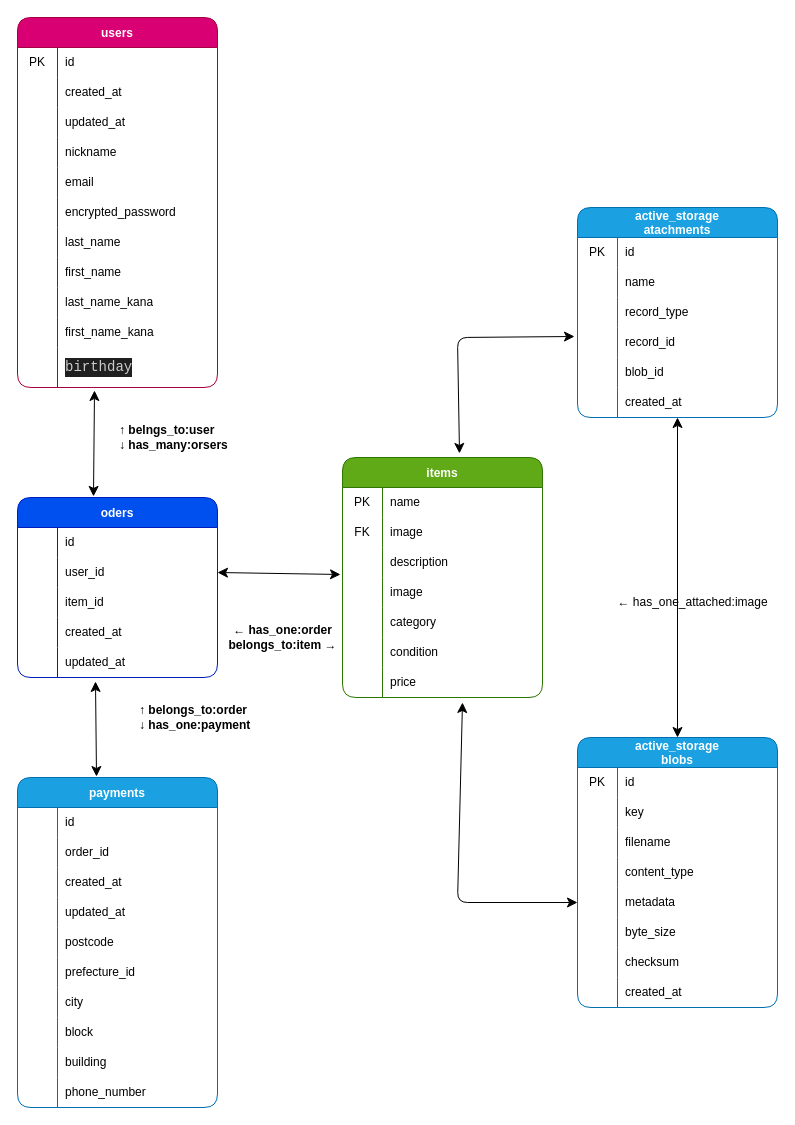
Above: ER.dio in potarohblog/furima-39152 (draw.io), before the change. Source tidied: cells renumbered, new cells numbered last; positions are measured from the earlier drawing's top-left corner, leaving out a move shared by most shapes. Both pictures are drawn from the tidied source at 100%, with x=0, y=0 at pixel (17, 17).
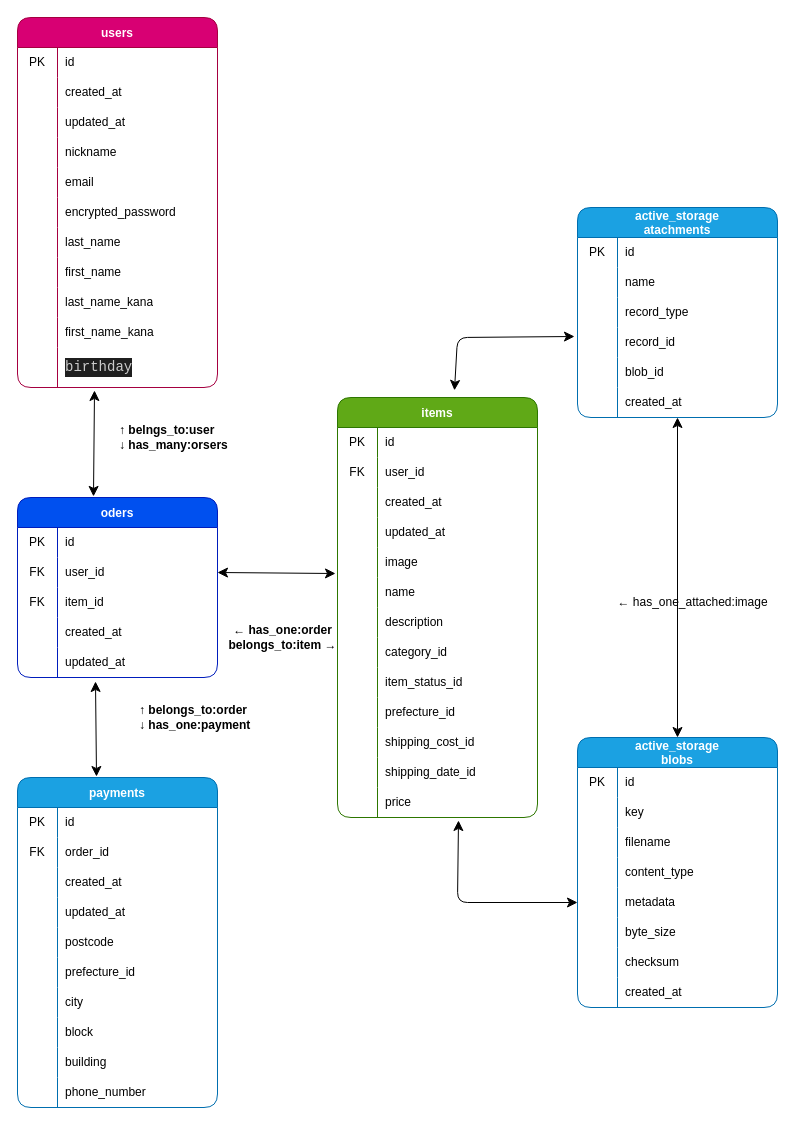
The same diagram, later.

The change refers to these unchanged cells:
```xml
<mxCell id="3" style="shape=tableRow;horizontal=0;startSize=0;swimlaneHead=0;swimlaneBody=0;top=0;left=0;bottom=0;right=0;fillColor=none;" parent="2" vertex="1">
  <mxGeometry y="30" width="200" height="30" as="geometry" />
</mxCell>
<mxCell id="6" style="shape=tableRow;horizontal=0;startSize=0;swimlaneHead=0;swimlaneBody=0;top=0;left=0;bottom=0;right=0;fillColor=none;" parent="2" vertex="1">
  <mxGeometry y="60" width="200" height="30" as="geometry" />
</mxCell>
<mxCell id="59" style="shape=tableRow;horizontal=0;startSize=0;swimlaneHead=0;swimlaneBody=0;top=0;left=0;bottom=0;right=0;fillColor=none;" parent="58" vertex="1">
  <mxGeometry y="30" width="200" height="30" as="geometry" />
</mxCell>
<mxCell id="62" style="shape=tableRow;horizontal=0;startSize=0;swimlaneHead=0;swimlaneBody=0;top=0;left=0;bottom=0;right=0;fillColor=none;points=[[0,0.5],[1,0.5]];portConstraint=eastwest;" parent="58" vertex="1">
  <mxGeometry y="60" width="200" height="30" as="geometry" />
</mxCell>
<mxCell id="65" style="shape=tableRow;horizontal=0;startSize=0;swimlaneHead=0;swimlaneBody=0;top=0;left=0;bottom=0;right=0;fillColor=none;" parent="58" vertex="1">
  <mxGeometry y="90" width="200" height="30" as="geometry" />
</mxCell>
<mxCell id="75" style="shape=tableRow;horizontal=0;startSize=0;swimlaneHead=0;swimlaneBody=0;top=0;left=0;bottom=0;right=0;fillColor=none;" parent="74" vertex="1">
  <mxGeometry y="30" width="200" height="30" as="geometry" />
</mxCell>
<mxCell id="78" style="shape=tableRow;horizontal=0;startSize=0;swimlaneHead=0;swimlaneBody=0;top=0;left=0;bottom=0;right=0;fillColor=none;" parent="74" vertex="1">
  <mxGeometry y="60" width="200" height="30" as="geometry" />
</mxCell>
<mxCell id="141" style="shape=tableRow;horizontal=0;startSize=0;swimlaneHead=0;swimlaneBody=0;top=0;left=0;bottom=0;right=0;fillColor=none;points=[[0,0.5],[1,0.5]];portConstraint=eastwest;" parent="128" vertex="1">
  <mxGeometry y="150" width="200" height="30" as="geometry" />
</mxCell>
```

What changed in the source:
```diff
@@
     <mxCell id="2" value="items" style="shape=table;startSize=30;childLayout=tableLayout;rowLines=0;fontStyle=1;fillColor=#60a917;fontColor=#ffffff;strokeColor=#2D7600;rounded=1;" parent="1" vertex="1">
-      <mxGeometry x="325" y="440" width="200" height="240" as="geometry" />
+      <mxGeometry x="320" y="380" width="200" height="420" as="geometry" />
     </mxCell>
@@
-    <mxCell id="5" value="name" style="shape=partialRectangle;html=1;whiteSpace=wrap;fillColor=none;top=0;left=0;bottom=0;right=0;align=left;spacingLeft=6;overflow=hidden;" parent="3" vertex="1">
+    <mxCell id="5" value="id" style="shape=partialRectangle;html=1;whiteSpace=wrap;fillColor=none;top=0;left=0;bottom=0;right=0;align=left;spacingLeft=6;overflow=hidden;" parent="3" vertex="1">
       <mxGeometry x="40" width="160" height="30" as="geometry" />
     </mxCell>
@@
-    <mxCell id="8" value="image" style="shape=partialRectangle;html=1;whiteSpace=wrap;fillColor=none;top=0;left=0;bottom=0;right=0;align=left;spacingLeft=6;overflow=hidden;" parent="6" vertex="1">
+    <mxCell id="8" value="user_id" style="shape=partialRectangle;html=1;whiteSpace=wrap;fillColor=none;top=0;left=0;bottom=0;right=0;align=left;spacingLeft=6;overflow=hidden;" parent="6" vertex="1">
       <mxGeometry x="40" width="160" height="30" as="geometry" />
     </mxCell>
+    <mxCell id="12" style="shape=tableRow;horizontal=0;startSize=0;swimlaneHead=0;swimlaneBody=0;top=0;left=0;bottom=0;right=0;fillColor=none;points=[[0,0.5],[1,0.5]];portConstraint=eastwest;" parent="2" vertex="1">
+      <mxGeometry y="90" width="200" height="30" as="geometry" />
+    </mxCell>
+    <mxCell id="13" style="shape=partialRectangle;html=1;whiteSpace=wrap;fillColor=none;top=0;left=0;bottom=0;right=0;overflow=hidden;" parent="12" vertex="1">
+      <mxGeometry width="40" height="30" as="geometry" />
+    </mxCell>
+    <mxCell id="14" value="created_at" style="shape=partialRectangle;html=1;whiteSpace=wrap;fillColor=none;top=0;left=0;bottom=0;right=0;align=left;spacingLeft=6;overflow=hidden;" parent="12" vertex="1">
+      <mxGeometry x="40" width="160" height="30" as="geometry" />
+    </mxCell>
+    <mxCell id="18" style="shape=tableRow;horizontal=0;startSize=0;swimlaneHead=0;swimlaneBody=0;top=0;left=0;bottom=0;right=0;fillColor=none;" parent="2" vertex="1">
+      <mxGeometry y="120" width="200" height="30" as="geometry" />
+    </mxCell>
+    <mxCell id="19" style="shape=partialRectangle;html=1;whiteSpace=wrap;fillColor=none;top=0;left=0;bottom=0;right=0;overflow=hidden;" parent="18" vertex="1">
+      <mxGeometry width="40" height="30" as="geometry" />
+    </mxCell>
+    <mxCell id="20" value="updated_at" style="shape=partialRectangle;html=1;whiteSpace=wrap;fillColor=none;top=0;left=0;bottom=0;right=0;align=left;spacingLeft=6;overflow=hidden;" parent="18" vertex="1">
+      <mxGeometry x="40" width="160" height="30" as="geometry" />
+    </mxCell>
+    <mxCell id="159" style="shape=tableRow;horizontal=0;startSize=0;swimlaneHead=0;swimlaneBody=0;top=0;left=0;bottom=0;right=0;fillColor=none;" parent="2" vertex="1">
+      <mxGeometry y="150" width="200" height="30" as="geometry" />
+    </mxCell>
+    <mxCell id="160" style="shape=partialRectangle;html=1;whiteSpace=wrap;fillColor=none;top=0;left=0;bottom=0;right=0;overflow=hidden;" parent="159" vertex="1">
+      <mxGeometry width="40" height="30" as="geometry" />
+    </mxCell>
+    <mxCell id="161" value="image" style="shape=partialRectangle;html=1;whiteSpace=wrap;fillColor=none;top=0;left=0;bottom=0;right=0;align=left;spacingLeft=6;overflow=hidden;" parent="159" vertex="1">
+      <mxGeometry x="40" width="160" height="30" as="geometry" />
+    </mxCell>
+    <mxCell id="162" style="shape=tableRow;horizontal=0;startSize=0;swimlaneHead=0;swimlaneBody=0;top=0;left=0;bottom=0;right=0;fillColor=none;points=[[0,0.5],[1,0.5]];portConstraint=eastwest;" parent="2" vertex="1">
+      <mxGeometry y="180" width="200" height="30" as="geometry" />
+    </mxCell>
+    <mxCell id="163" style="shape=partialRectangle;html=1;whiteSpace=wrap;fillColor=none;top=0;left=0;bottom=0;right=0;overflow=hidden;" parent="162" vertex="1">
+      <mxGeometry width="40" height="30" as="geometry" />
+    </mxCell>
+    <mxCell id="164" value="name" style="shape=partialRectangle;html=1;whiteSpace=wrap;fillColor=none;top=0;left=0;bottom=0;right=0;align=left;spacingLeft=6;overflow=hidden;" parent="162" vertex="1">
+      <mxGeometry x="40" width="160" height="30" as="geometry" />
+    </mxCell>
     <mxCell id="9" style="shape=tableRow;horizontal=0;startSize=0;swimlaneHead=0;swimlaneBody=0;top=0;left=0;bottom=0;right=0;fillColor=none;" parent="2" vertex="1">
-      <mxGeometry y="90" width="200" height="30" as="geometry" />
+      <mxGeometry y="210" width="200" height="30" as="geometry" />
     </mxCell>
@@
-    <mxCell id="12" style="shape=tableRow;horizontal=0;startSize=0;swimlaneHead=0;swimlaneBody=0;top=0;left=0;bottom=0;right=0;fillColor=none;points=[[0,0.5],[1,0.5]];portConstraint=eastwest;" parent="2" vertex="1">
-      <mxGeometry y="120" width="200" height="30" as="geometry" />
-    </mxCell>
-    <mxCell id="13" style="shape=partialRectangle;html=1;whiteSpace=wrap;fillColor=none;top=0;left=0;bottom=0;right=0;overflow=hidden;" parent="12" vertex="1">
-      <mxGeometry width="40" height="30" as="geometry" />
-    </mxCell>
-    <mxCell id="14" value="image" style="shape=partialRectangle;html=1;whiteSpace=wrap;fillColor=none;top=0;left=0;bottom=0;right=0;align=left;spacingLeft=6;overflow=hidden;" parent="12" vertex="1">
-      <mxGeometry x="40" width="160" height="30" as="geometry" />
-    </mxCell>
     <mxCell id="15" style="shape=tableRow;horizontal=0;startSize=0;swimlaneHead=0;swimlaneBody=0;top=0;left=0;bottom=0;right=0;fillColor=none;" parent="2" vertex="1">
-      <mxGeometry y="150" width="200" height="30" as="geometry" />
+      <mxGeometry y="240" width="200" height="30" as="geometry" />
     </mxCell>
@@
-    <mxCell id="17" value="category" style="shape=partialRectangle;html=1;whiteSpace=wrap;fillColor=none;top=0;left=0;bottom=0;right=0;align=left;spacingLeft=6;overflow=hidden;" parent="15" vertex="1">
+    <mxCell id="17" value="category_id" style="shape=partialRectangle;html=1;whiteSpace=wrap;fillColor=none;top=0;left=0;bottom=0;right=0;align=left;spacingLeft=6;overflow=hidden;" parent="15" vertex="1">
       <mxGeometry x="40" width="160" height="30" as="geometry" />
     </mxCell>
-    <mxCell id="18" style="shape=tableRow;horizontal=0;startSize=0;swimlaneHead=0;swimlaneBody=0;top=0;left=0;bottom=0;right=0;fillColor=none;" parent="2" vertex="1">
-      <mxGeometry y="180" width="200" height="30" as="geometry" />
-    </mxCell>
-    <mxCell id="19" style="shape=partialRectangle;html=1;whiteSpace=wrap;fillColor=none;top=0;left=0;bottom=0;right=0;overflow=hidden;" parent="18" vertex="1">
-      <mxGeometry width="40" height="30" as="geometry" />
-    </mxCell>
-    <mxCell id="20" value="condition" style="shape=partialRectangle;html=1;whiteSpace=wrap;fillColor=none;top=0;left=0;bottom=0;right=0;align=left;spacingLeft=6;overflow=hidden;" parent="18" vertex="1">
-      <mxGeometry x="40" width="160" height="30" as="geometry" />
-    </mxCell>
     <mxCell id="21" style="shape=tableRow;horizontal=0;startSize=0;swimlaneHead=0;swimlaneBody=0;top=0;left=0;bottom=0;right=0;fillColor=none;points=[[0,0.5],[1,0.5]];portConstraint=eastwest;" parent="2" vertex="1">
-      <mxGeometry y="210" width="200" height="30" as="geometry" />
+      <mxGeometry y="270" width="200" height="30" as="geometry" />
     </mxCell>
@@
-    <mxCell id="23" value="price" style="shape=partialRectangle;html=1;whiteSpace=wrap;fillColor=none;top=0;left=0;bottom=0;right=0;align=left;spacingLeft=6;overflow=hidden;" parent="21" vertex="1">
+    <mxCell id="23" value="item_status_id" style="shape=partialRectangle;html=1;whiteSpace=wrap;fillColor=none;top=0;left=0;bottom=0;right=0;align=left;spacingLeft=6;overflow=hidden;" parent="21" vertex="1">
       <mxGeometry x="40" width="160" height="30" as="geometry" />
     </mxCell>
+    <mxCell id="165" style="shape=tableRow;horizontal=0;startSize=0;swimlaneHead=0;swimlaneBody=0;top=0;left=0;bottom=0;right=0;fillColor=none;" parent="2" vertex="1">
+      <mxGeometry y="300" width="200" height="30" as="geometry" />
+    </mxCell>
+    <mxCell id="166" style="shape=partialRectangle;html=1;whiteSpace=wrap;fillColor=none;top=0;left=0;bottom=0;right=0;overflow=hidden;" parent="165" vertex="1">
+      <mxGeometry width="40" height="30" as="geometry" />
+    </mxCell>
+    <mxCell id="167" value="prefecture_id" style="shape=partialRectangle;html=1;whiteSpace=wrap;fillColor=none;top=0;left=0;bottom=0;right=0;align=left;spacingLeft=6;overflow=hidden;" parent="165" vertex="1">
+      <mxGeometry x="40" width="160" height="30" as="geometry" />
+    </mxCell>
+    <mxCell id="168" style="shape=tableRow;horizontal=0;startSize=0;swimlaneHead=0;swimlaneBody=0;top=0;left=0;bottom=0;right=0;fillColor=none;" parent="2" vertex="1">
+      <mxGeometry y="330" width="200" height="30" as="geometry" />
+    </mxCell>
+    <mxCell id="169" style="shape=partialRectangle;html=1;whiteSpace=wrap;fillColor=none;top=0;left=0;bottom=0;right=0;overflow=hidden;" parent="168" vertex="1">
+      <mxGeometry width="40" height="30" as="geometry" />
+    </mxCell>
+    <mxCell id="170" value="shipping_cost_id" style="shape=partialRectangle;html=1;whiteSpace=wrap;fillColor=none;top=0;left=0;bottom=0;right=0;align=left;spacingLeft=6;overflow=hidden;" parent="168" vertex="1">
+      <mxGeometry x="40" width="160" height="30" as="geometry" />
+    </mxCell>
+    <mxCell id="171" style="shape=tableRow;horizontal=0;startSize=0;swimlaneHead=0;swimlaneBody=0;top=0;left=0;bottom=0;right=0;fillColor=none;" parent="2" vertex="1">
+      <mxGeometry y="360" width="200" height="30" as="geometry" />
+    </mxCell>
+    <mxCell id="172" style="shape=partialRectangle;html=1;whiteSpace=wrap;fillColor=none;top=0;left=0;bottom=0;right=0;overflow=hidden;" parent="171" vertex="1">
+      <mxGeometry width="40" height="30" as="geometry" />
+    </mxCell>
+    <mxCell id="173" value="shipping_date_id" style="shape=partialRectangle;html=1;whiteSpace=wrap;fillColor=none;top=0;left=0;bottom=0;right=0;align=left;spacingLeft=6;overflow=hidden;" parent="171" vertex="1">
+      <mxGeometry x="40" width="160" height="30" as="geometry" />
+    </mxCell>
+    <mxCell id="174" style="shape=tableRow;horizontal=0;startSize=0;swimlaneHead=0;swimlaneBody=0;top=0;left=0;bottom=0;right=0;fillColor=none;points=[[0,0.5],[1,0.5]];portConstraint=eastwest;" parent="2" vertex="1">
+      <mxGeometry y="390" width="200" height="30" as="geometry" />
+    </mxCell>
+    <mxCell id="175" style="shape=partialRectangle;html=1;whiteSpace=wrap;fillColor=none;top=0;left=0;bottom=0;right=0;overflow=hidden;" parent="174" vertex="1">
+      <mxGeometry width="40" height="30" as="geometry" />
+    </mxCell>
+    <mxCell id="176" value="price" style="shape=partialRectangle;html=1;whiteSpace=wrap;fillColor=none;top=0;left=0;bottom=0;right=0;align=left;spacingLeft=6;overflow=hidden;" parent="174" vertex="1">
+      <mxGeometry x="40" width="160" height="30" as="geometry" />
+    </mxCell>
@@
-    <mxCell id="60" style="shape=partialRectangle;html=1;whiteSpace=wrap;fillColor=none;top=0;left=0;bottom=0;right=0;overflow=hidden;" parent="59" vertex="1">
+    <mxCell id="60" value="PK" style="shape=partialRectangle;html=1;whiteSpace=wrap;fillColor=none;top=0;left=0;bottom=0;right=0;overflow=hidden;" parent="59" vertex="1">
       <mxGeometry width="40" height="30" as="geometry" />
     </mxCell>
@@
-    <mxCell id="63" style="shape=partialRectangle;html=1;whiteSpace=wrap;fillColor=none;top=0;left=0;bottom=0;right=0;overflow=hidden;" parent="62" vertex="1">
+    <mxCell id="63" value="FK" style="shape=partialRectangle;html=1;whiteSpace=wrap;fillColor=none;top=0;left=0;bottom=0;right=0;overflow=hidden;" parent="62" vertex="1">
       <mxGeometry width="40" height="30" as="geometry" />
     </mxCell>
@@
-    <mxCell id="66" style="shape=partialRectangle;html=1;whiteSpace=wrap;fillColor=none;top=0;left=0;bottom=0;right=0;overflow=hidden;" parent="65" vertex="1">
+    <mxCell id="66" value="FK" style="shape=partialRectangle;html=1;whiteSpace=wrap;fillColor=none;top=0;left=0;bottom=0;right=0;overflow=hidden;" parent="65" vertex="1">
       <mxGeometry width="40" height="30" as="geometry" />
     </mxCell>
@@
-    <mxCell id="76" style="shape=partialRectangle;html=1;whiteSpace=wrap;fillColor=none;top=0;left=0;bottom=0;right=0;overflow=hidden;" parent="75" vertex="1">
+    <mxCell id="76" value="PK" style="shape=partialRectangle;html=1;whiteSpace=wrap;fillColor=none;top=0;left=0;bottom=0;right=0;overflow=hidden;" parent="75" vertex="1">
       <mxGeometry width="40" height="30" as="geometry" />
     </mxCell>
@@
-    <mxCell id="79" style="shape=partialRectangle;html=1;whiteSpace=wrap;fillColor=none;top=0;left=0;bottom=0;right=0;overflow=hidden;" parent="78" vertex="1">
+    <mxCell id="79" value="FK" style="shape=partialRectangle;html=1;whiteSpace=wrap;fillColor=none;top=0;left=0;bottom=0;right=0;overflow=hidden;" parent="78" vertex="1">
       <mxGeometry width="40" height="30" as="geometry" />
     </mxCell>
@@
-    <mxCell id="153" style="edgeStyle=none;jettySize=auto;html=1;endArrow=classic;startArrow=classic;endSize=8;startSize=8;entryX=-0.01;entryY=-0.1;entryDx=0;entryDy=0;entryPerimeter=0;exitX=1;exitY=0.5;exitDx=0;exitDy=0;" parent="1" edge="1" source="62" target="12">
+    <mxCell id="153" style="edgeStyle=none;jettySize=auto;html=1;endArrow=classic;startArrow=classic;endSize=8;startSize=8;entryX=-0.01;entryY=-0.133;entryDx=0;entryDy=0;entryPerimeter=0;exitX=1;exitY=0.5;exitDx=0;exitDy=0;" parent="1" edge="1" source="62" target="162">
       <mxGeometry relative="1" as="geometry" />
     </mxCell>
@@
-    <mxCell id="158" style="edgeStyle=none;jettySize=auto;html=1;endArrow=classic;startArrow=classic;endSize=8;startSize=8;entryX=0.6;entryY=1.167;entryDx=0;entryDy=0;entryPerimeter=0;exitX=0;exitY=0.5;exitDx=0;exitDy=0;" parent="1" edge="1" source="141" target="21">
+    <mxCell id="158" style="edgeStyle=none;jettySize=auto;html=1;endArrow=classic;startArrow=classic;endSize=8;startSize=8;entryX=0.605;entryY=1.1;entryDx=0;entryDy=0;entryPerimeter=0;exitX=0;exitY=0.5;exitDx=0;exitDy=0;" parent="1" edge="1" source="141" target="174">
       <mxGeometry relative="1" as="geometry">
         <Array as="points">
           <mxPoint x="440" y="885" />
         </Array>
       </mxGeometry>
     </mxCell>
```
